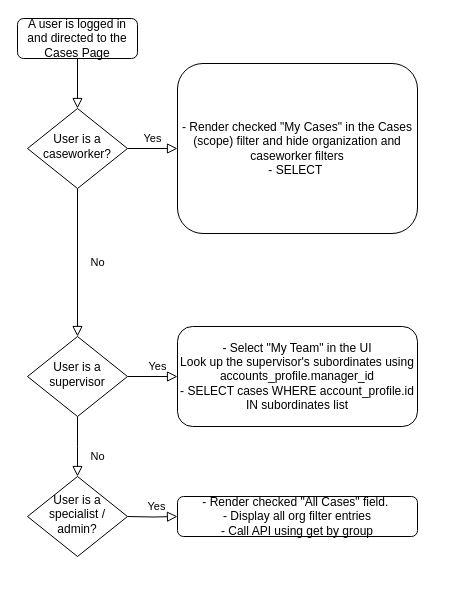
Above: Untitled Diagram.drawio in fathergoose/diagrams (draw.io), before the change. Source tidied: cells renumbered, new cells numbered last; positions are measured from the earlier drawing's top-left corner, leaving out a move shared by most shapes. Both pictures are drawn from the tidied source at 100%, with x=0, y=0 at pixel (17, 18).
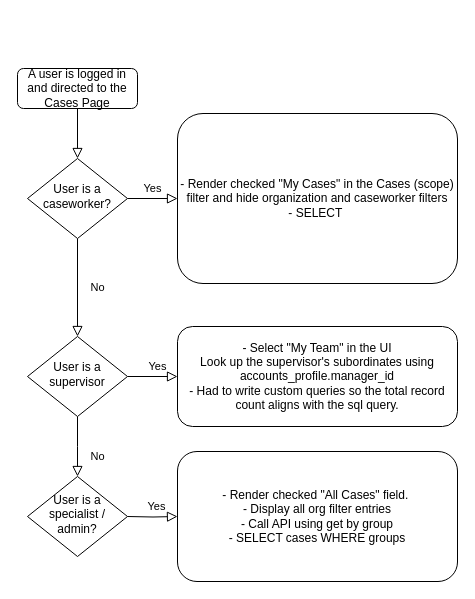
The same diagram, later.

What changed in the source:
```diff
@@
 <mxGraphModel>
   <root>
     <mxCell id="0" />
     <mxCell id="1" parent="0" />
     <mxCell id="2" style="rounded=0;html=1;jettySize=auto;fontSize=11;endArrow=block;endFill=0;endSize=8;strokeWidth=1;shadow=0;labelBackgroundColor=none;edgeStyle=orthogonalEdgeStyle;" parent="1" edge="1" source="3" target="6">
       <mxGeometry relative="1" as="geometry" />
     </mxCell>
     <mxCell id="3" value="A user is logged in and directed to the Cases Page" style="rounded=1;whiteSpace=wrap;html=1;fontSize=12;glass=0;strokeWidth=1;shadow=0;" parent="1" vertex="1">
-      <mxGeometry width="120" height="40" as="geometry" />
+      <mxGeometry y="50" width="120" height="40" as="geometry" />
     </mxCell>
     <mxCell id="4" value="No" style="rounded=0;html=1;jettySize=auto;fontSize=11;endArrow=block;endFill=0;endSize=8;strokeWidth=1;shadow=0;labelBackgroundColor=none;edgeStyle=orthogonalEdgeStyle;" parent="1" edge="1" source="6" target="10">
       <mxGeometry y="20" relative="1" as="geometry" />
     </mxCell>
     <mxCell id="5" value="Yes" style="edgeStyle=orthogonalEdgeStyle;rounded=0;html=1;jettySize=auto;fontSize=11;endArrow=block;endFill=0;endSize=8;strokeWidth=1;shadow=0;labelBackgroundColor=none;" parent="1" edge="1" source="6" target="7">
       <mxGeometry y="10" relative="1" as="geometry" />
     </mxCell>
     <mxCell id="6" value="User is a caseworker?" style="rhombus;whiteSpace=wrap;html=1;shadow=0;fontFamily=Helvetica;fontSize=12;align=center;strokeWidth=1;spacing=6;spacingTop=-4;" parent="1" vertex="1">
-      <mxGeometry x="10" y="90" width="100" height="80" as="geometry" />
+      <mxGeometry x="10" y="140" width="100" height="80" as="geometry" />
     </mxCell>
     <mxCell id="7" value="- Render checked &quot;My Cases&quot; in the Cases (scope) filter and hide organization and caseworker filters&lt;br&gt;- SELECT&amp;nbsp;" style="rounded=1;whiteSpace=wrap;html=1;fontSize=12;glass=0;strokeWidth=1;shadow=0;" parent="1" vertex="1">
-      <mxGeometry x="160" y="45" width="240" height="170" as="geometry" />
+      <mxGeometry x="160" y="95" width="280" height="170" as="geometry" />
     </mxCell>
     <mxCell id="8" value="No" style="rounded=0;html=1;jettySize=auto;fontSize=11;endArrow=block;endFill=0;endSize=8;strokeWidth=1;shadow=0;labelBackgroundColor=none;edgeStyle=orthogonalEdgeStyle;" parent="1" edge="1" source="10">
       <mxGeometry x="0.33" y="20" relative="1" as="geometry">
         <mxPoint x="60" y="458" as="targetPoint" />
       </mxGeometry>
     </mxCell>
     <mxCell id="9" value="Yes" style="edgeStyle=orthogonalEdgeStyle;rounded=0;html=1;jettySize=auto;fontSize=11;endArrow=block;endFill=0;endSize=8;strokeWidth=1;shadow=0;labelBackgroundColor=none;" parent="1" edge="1" source="10" target="11">
       <mxGeometry x="0.2" y="10" relative="1" as="geometry" />
     </mxCell>
     <mxCell id="10" value="User is a supervisor" style="rhombus;whiteSpace=wrap;html=1;shadow=0;fontFamily=Helvetica;fontSize=12;align=center;strokeWidth=1;spacing=6;spacingTop=-4;" parent="1" vertex="1">
       <mxGeometry x="10" y="318" width="100" height="80" as="geometry" />
     </mxCell>
-    <mxCell id="11" value="- Select &quot;My Team&quot; in the UI&lt;br&gt;Look up the supervisor's subordinates using accounts_profile.manager_id&lt;br&gt;- SELECT cases WHERE account_profile.id IN subordinates list" style="rounded=1;whiteSpace=wrap;html=1;fontSize=12;glass=0;strokeWidth=1;shadow=0;" parent="1" vertex="1">
-      <mxGeometry x="160" y="308" width="240" height="100" as="geometry" />
+    <mxCell id="11" value="- Select &quot;My Team&quot; in the UI&lt;br&gt;Look up the supervisor's subordinates using accounts_profile.manager_id&lt;br&gt;- Had to write custom queries so the total record count aligns with the sql query." style="rounded=1;whiteSpace=wrap;html=1;fontSize=12;glass=0;strokeWidth=1;shadow=0;" parent="1" vertex="1">
+      <mxGeometry x="160" y="308" width="280" height="100" as="geometry" />
     </mxCell>
     <mxCell id="12" value="User is a specialist / admin?" style="rhombus;whiteSpace=wrap;html=1;shadow=0;fontFamily=Helvetica;fontSize=12;align=center;strokeWidth=1;spacing=6;spacingTop=-4;" parent="1" vertex="1">
       <mxGeometry x="10" y="458" width="100" height="80" as="geometry" />
     </mxCell>
     <mxCell id="13" value="Yes" style="edgeStyle=orthogonalEdgeStyle;rounded=0;html=1;jettySize=auto;fontSize=11;endArrow=block;endFill=0;endSize=8;strokeWidth=1;shadow=0;labelBackgroundColor=none;" parent="1" edge="1" target="14">
       <mxGeometry x="0.2" y="10" relative="1" as="geometry">
         <mxPoint x="110" y="498" as="sourcePoint" />
       </mxGeometry>
     </mxCell>
-    <mxCell id="14" value="- Render checked &quot;All Cases&quot; field.&amp;nbsp;&lt;br&gt;- Display all org filter entries&lt;br&gt;- Call API using get by group" style="rounded=1;whiteSpace=wrap;html=1;fontSize=12;glass=0;strokeWidth=1;shadow=0;" parent="1" vertex="1">
-      <mxGeometry x="160" y="478" width="240" height="40" as="geometry" />
+    <mxCell id="14" value="- Render checked &quot;All Cases&quot; field.&amp;nbsp;&lt;br&gt;- Display all org filter entries&lt;br&gt;- Call API using get by group&lt;br&gt;- SELECT cases WHERE groups" style="rounded=1;whiteSpace=wrap;html=1;fontSize=12;glass=0;strokeWidth=1;shadow=0;" parent="1" vertex="1">
+      <mxGeometry x="160" y="433" width="280" height="130" as="geometry" />
     </mxCell>
   </root>
 </mxGraphModel>
```
